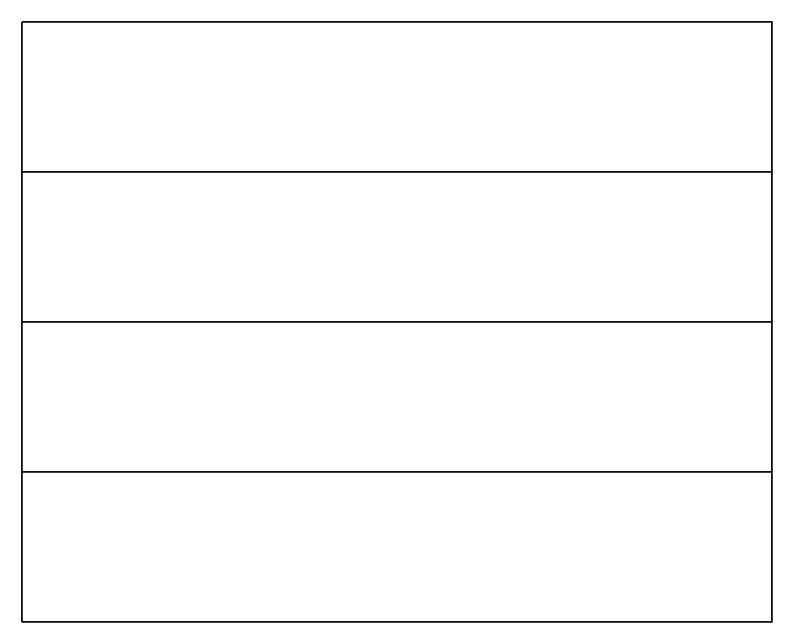
Above: page "페이지-2" (2 of 2) of positions/positions.drawio in dongshins/diagram (draw.io), before the change. Source tidied: cells renumbered, new cells numbered last; positions are measured from the earlier drawing's top-left corner, leaving out a move shared by most shapes. Both pictures are drawn from the tidied source at 125%, with x=0, y=0 at pixel (21, 21).
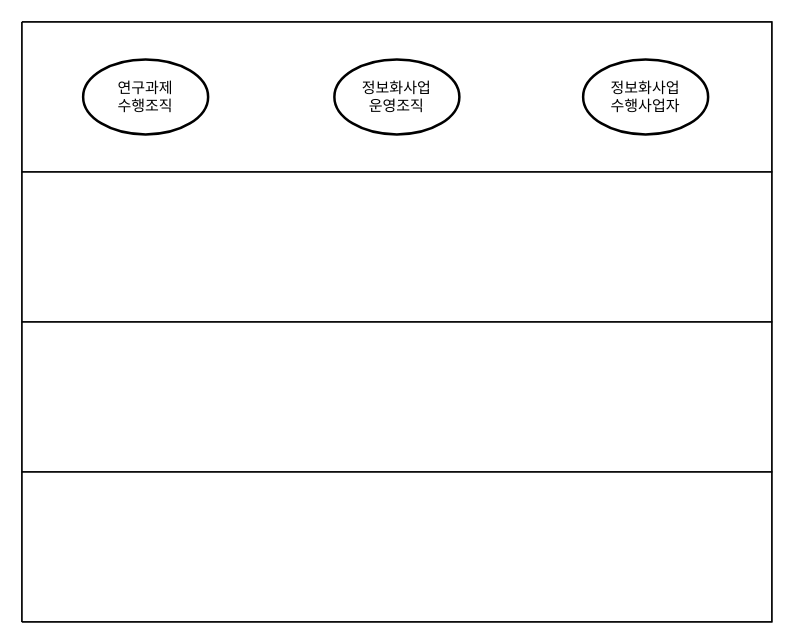
After the change.

Diff of the diagram source:
```diff
@@
 <mxGraphModel>
   <root>
     <mxCell id="0" />
     <mxCell id="1" parent="0" />
     <mxCell id="2" style="swimlane;horizontal=0;startSize=0;html=1;" parent="1" vertex="1">
       <mxGeometry width="600" height="480" as="geometry" />
     </mxCell>
     <mxCell id="3" style="swimlane;startSize=0;horizontal=0;html=1;" parent="2" vertex="1">
       <mxGeometry width="600" height="120" as="geometry" />
     </mxCell>
+    <mxCell id="7" value="연구과제&lt;div&gt;수행조직&lt;/div&gt;" style="strokeWidth=2;html=1;shape=mxgraph.flowchart.start_1;whiteSpace=wrap;" parent="3" vertex="1">
+      <mxGeometry x="49" y="30" width="100" height="60" as="geometry" />
+    </mxCell>
+    <mxCell id="8" value="&lt;div&gt;정보화사업&lt;/div&gt;&lt;div&gt;운영조직&lt;/div&gt;" style="strokeWidth=2;html=1;shape=mxgraph.flowchart.start_1;whiteSpace=wrap;" parent="3" vertex="1">
+      <mxGeometry x="250" y="30" width="100" height="60" as="geometry" />
+    </mxCell>
+    <mxCell id="9" value="&lt;div&gt;정보화사업&lt;/div&gt;&lt;div&gt;수행사업자&lt;/div&gt;" style="strokeWidth=2;html=1;shape=mxgraph.flowchart.start_1;whiteSpace=wrap;" parent="3" vertex="1">
+      <mxGeometry x="449" y="30" width="100" height="60" as="geometry" />
+    </mxCell>
     <mxCell id="4" style="swimlane;startSize=0;horizontal=0;html=1;" parent="2" vertex="1">
       <mxGeometry y="120" width="600" height="120" as="geometry" />
     </mxCell>
     <mxCell id="5" style="swimlane;startSize=0;horizontal=0;html=1;" parent="2" vertex="1">
       <mxGeometry y="240" width="600" height="120" as="geometry" />
     </mxCell>
     <mxCell id="6" style="swimlane;startSize=0;horizontal=0;html=1;" parent="2" vertex="1">
       <mxGeometry y="360" width="600" height="120" as="geometry" />
     </mxCell>
   </root>
 </mxGraphModel>
```
